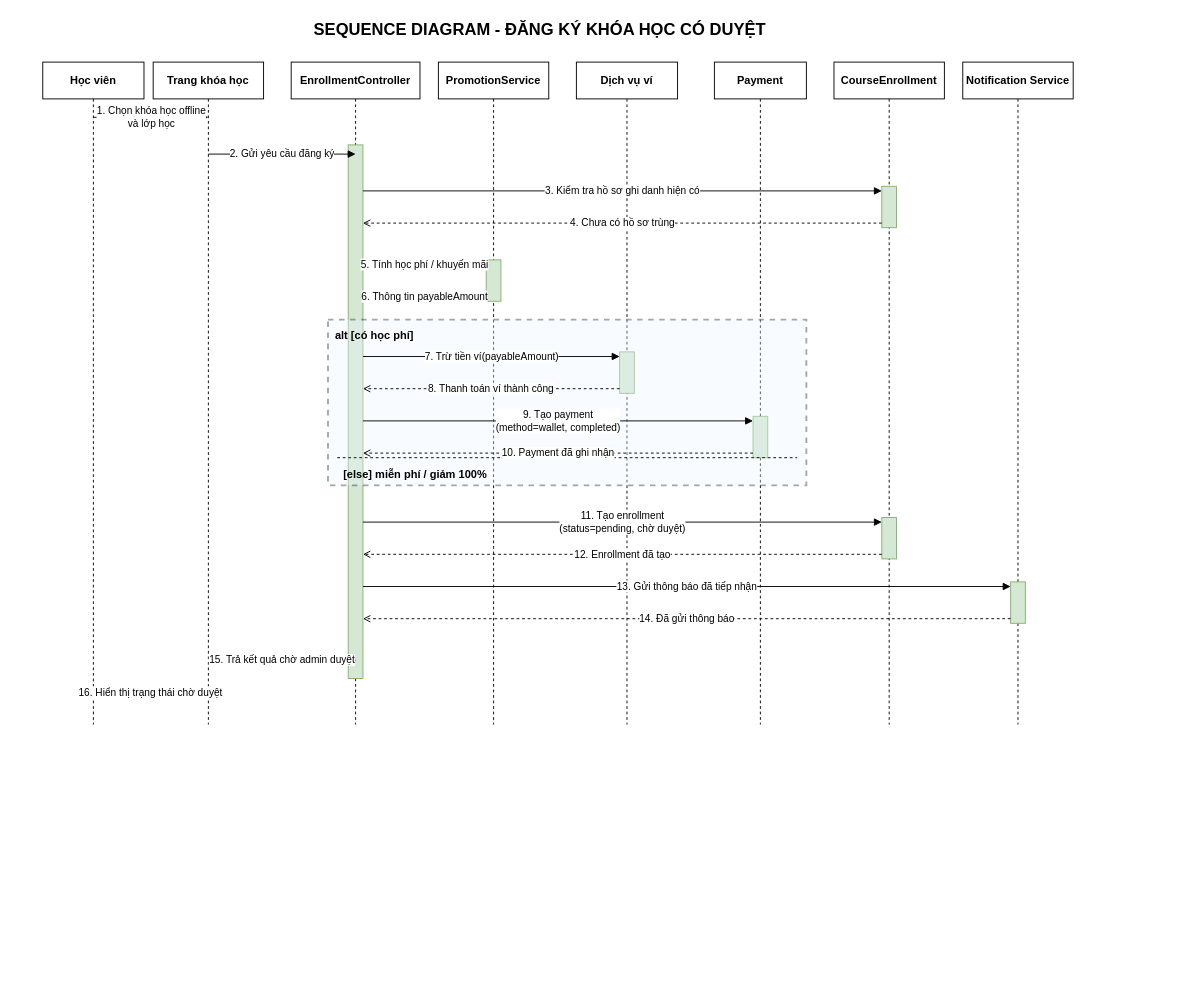
The draw.io diagram docs/uml/pages/07_sequence-enrollment-manual-approval.drawio in DangThanh2204/CongDangKy_KhaiTriEdu_Laravel-, before the edit. Source tidied: cells renumbered, new cells numbered last; positions are measured from the earlier drawing's top-left corner, leaving out a move shared by most shapes. Both pictures are drawn from the tidied source at 92%, with x=0, y=0 at pixel (42, 16).
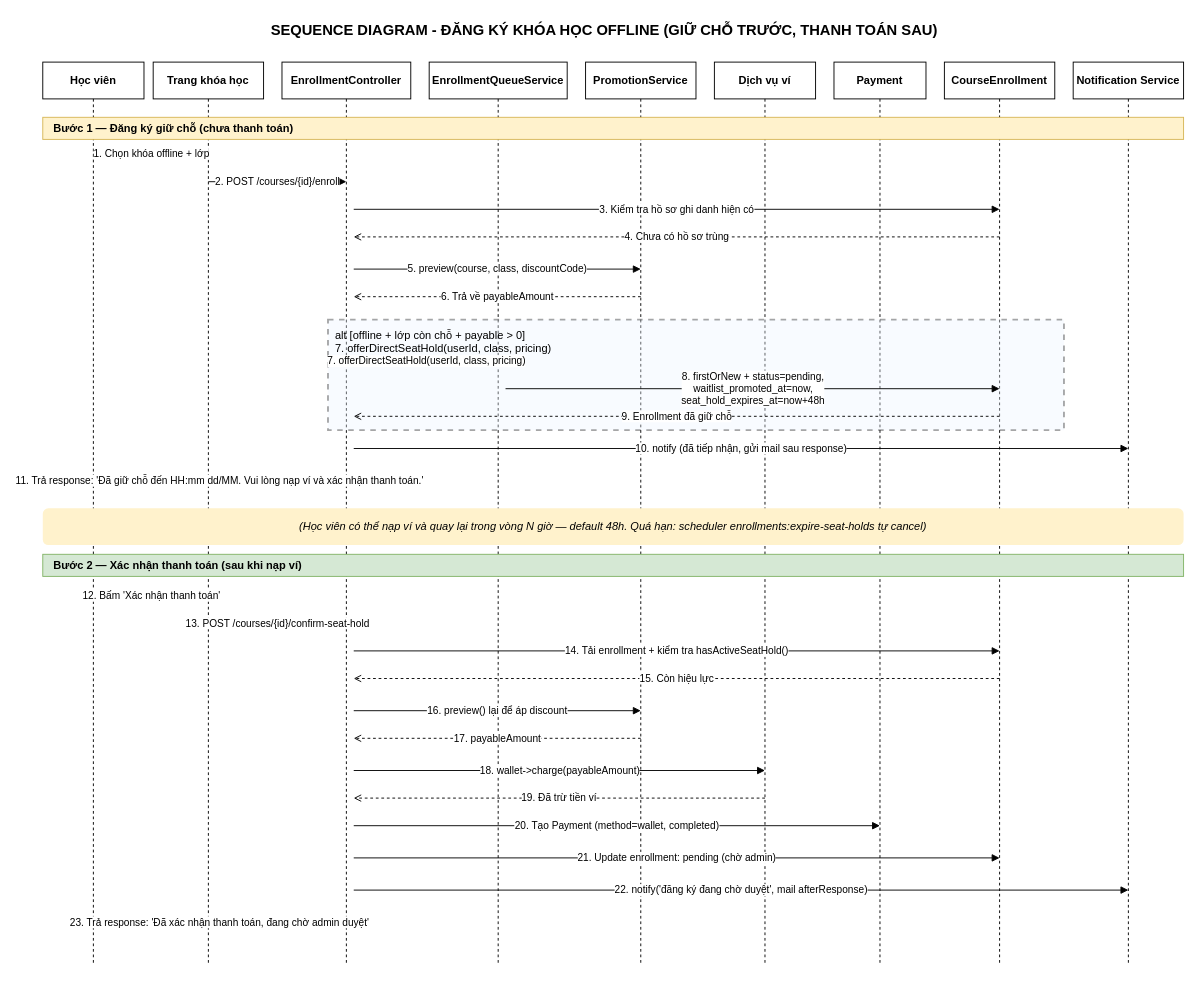
The same diagram, later.

Commit message (it also covers changes not shown here):
docs(uml): cập nhật state/activity/sequence theo flow giữ chỗ trước thanh toán

Diff of the diagram source:
```diff
@@
-    <mxCell id="2" value="SEQUENCE DIAGRAM - ĐĂNG KÝ KHÓA HỌC CÓ DUYỆT" style="text;html=1;strokeColor=none;fillColor=none;align=center;verticalAlign=middle;fontStyle=1;fontSize=18;" parent="1" vertex="1">
-      <mxGeometry x="180" width="720" height="30" as="geometry" />
+    <mxCell id="2" value="SEQUENCE DIAGRAM - ĐĂNG KÝ KHÓA HỌC OFFLINE (GIỮ CHỖ TRƯỚC, THANH TOÁN SAU)" style="text;html=1;strokeColor=none;fillColor=none;align=center;verticalAlign=middle;fontStyle=1;fontSize=16;" parent="1" vertex="1">
+      <mxGeometry x="140" width="940" height="30" as="geometry" />
     </mxCell>
@@
     <mxCell id="5" value="EnrollmentController" style="rounded=0;whiteSpace=wrap;html=1;fontStyle=1;" parent="1" vertex="1">
-      <mxGeometry x="270" y="50" width="140" height="40" as="geometry" />
+      <mxGeometry x="260" y="50" width="140" height="40" as="geometry" />
     </mxCell>
+    <mxCell id="45" value="EnrollmentQueueService" style="rounded=0;whiteSpace=wrap;html=1;fontStyle=1;" parent="1" vertex="1">
+      <mxGeometry x="420" y="50" width="150" height="40" as="geometry" />
+    </mxCell>
     <mxCell id="6" value="PromotionService" style="rounded=0;whiteSpace=wrap;html=1;fontStyle=1;" parent="1" vertex="1">
-      <mxGeometry x="430" y="50" width="120" height="40" as="geometry" />
+      <mxGeometry x="590" y="50" width="120" height="40" as="geometry" />
     </mxCell>
     <mxCell id="7" value="Dịch vụ ví" style="rounded=0;whiteSpace=wrap;html=1;fontStyle=1;" parent="1" vertex="1">
-      <mxGeometry x="580" y="50" width="110" height="40" as="geometry" />
+      <mxGeometry x="730" y="50" width="110" height="40" as="geometry" />
     </mxCell>
     <mxCell id="8" value="Payment" style="rounded=0;whiteSpace=wrap;html=1;fontStyle=1;" parent="1" vertex="1">
-      <mxGeometry x="730" y="50" width="100" height="40" as="geometry" />
+      <mxGeometry x="860" y="50" width="100" height="40" as="geometry" />
     </mxCell>
     <mxCell id="9" value="CourseEnrollment" style="rounded=0;whiteSpace=wrap;html=1;fontStyle=1;" parent="1" vertex="1">
-      <mxGeometry x="860" y="50" width="120" height="40" as="geometry" />
+      <mxGeometry x="980" y="50" width="120" height="40" as="geometry" />
     </mxCell>
     <mxCell id="10" value="Notification Service" style="rounded=0;whiteSpace=wrap;html=1;fontStyle=1;" parent="1" vertex="1">
-      <mxGeometry x="1000" y="50" width="120" height="40" as="geometry" />
+      <mxGeometry x="1120" y="50" width="120" height="40" as="geometry" />
     </mxCell>
     <mxCell id="11" style="dashed=1;endArrow=none;html=1;" parent="1" edge="1">
       <mxGeometry relative="1" as="geometry">
         <mxPoint x="55" y="90" as="sourcePoint" />
-        <mxPoint x="55" y="770" as="targetPoint" />
+        <mxPoint x="55" y="1030" as="targetPoint" />
       </mxGeometry>
     </mxCell>
     <mxCell id="12" style="dashed=1;endArrow=none;html=1;" parent="1" edge="1">
       <mxGeometry relative="1" as="geometry">
         <mxPoint x="180" y="90" as="sourcePoint" />
-        <mxPoint x="180" y="770" as="targetPoint" />
+        <mxPoint x="180" y="1030" as="targetPoint" />
       </mxGeometry>
     </mxCell>
     <mxCell id="13" style="dashed=1;endArrow=none;html=1;" parent="1" edge="1">
       <mxGeometry relative="1" as="geometry">
-        <mxPoint x="340" y="90" as="sourcePoint" />
-        <mxPoint x="340" y="770" as="targetPoint" />
+        <mxPoint x="330" y="90" as="sourcePoint" />
+        <mxPoint x="330" y="1030" as="targetPoint" />
       </mxGeometry>
     </mxCell>
+    <mxCell id="46" style="dashed=1;endArrow=none;html=1;" parent="1" edge="1">
+      <mxGeometry relative="1" as="geometry">
+        <mxPoint x="495" y="90" as="sourcePoint" />
+        <mxPoint x="495" y="1030" as="targetPoint" />
+      </mxGeometry>
+    </mxCell>
     <mxCell id="14" style="dashed=1;endArrow=none;html=1;" parent="1" edge="1">
       <mxGeometry relative="1" as="geometry">
-        <mxPoint x="490" y="90" as="sourcePoint" />
-        <mxPoint x="490" y="770" as="targetPoint" />
+        <mxPoint x="650" y="90" as="sourcePoint" />
+        <mxPoint x="650" y="1030" as="targetPoint" />
       </mxGeometry>
     </mxCell>
     <mxCell id="15" style="dashed=1;endArrow=none;html=1;" parent="1" edge="1">
       <mxGeometry relative="1" as="geometry">
-        <mxPoint x="635" y="90" as="sourcePoint" />
-        <mxPoint x="635" y="770" as="targetPoint" />
+        <mxPoint x="785" y="90" as="sourcePoint" />
+        <mxPoint x="785" y="1030" as="targetPoint" />
       </mxGeometry>
     </mxCell>
     <mxCell id="16" style="dashed=1;endArrow=none;html=1;" parent="1" edge="1">
       <mxGeometry relative="1" as="geometry">
-        <mxPoint x="780" y="90" as="sourcePoint" />
-        <mxPoint x="780" y="770" as="targetPoint" />
+        <mxPoint x="910" y="90" as="sourcePoint" />
+        <mxPoint x="910" y="1030" as="targetPoint" />
       </mxGeometry>
     </mxCell>
     <mxCell id="17" style="dashed=1;endArrow=none;html=1;" parent="1" edge="1">
       <mxGeometry relative="1" as="geometry">
-        <mxPoint x="920" y="90" as="sourcePoint" />
-        <mxPoint x="920" y="770" as="targetPoint" />
+        <mxPoint x="1040" y="90" as="sourcePoint" />
+        <mxPoint x="1040" y="1030" as="targetPoint" />
       </mxGeometry>
     </mxCell>
     <mxCell id="18" style="dashed=1;endArrow=none;html=1;" parent="1" edge="1">
       <mxGeometry relative="1" as="geometry">
-        <mxPoint x="1060" y="90" as="sourcePoint" />
-        <mxPoint x="1060" y="770" as="targetPoint" />
+        <mxPoint x="1180" y="90" as="sourcePoint" />
+        <mxPoint x="1180" y="1030" as="targetPoint" />
       </mxGeometry>
     </mxCell>
-    <mxCell id="19" style="rounded=0;whiteSpace=wrap;html=1;fillColor=#d5e8d4;strokeColor=#82b366;" parent="1" vertex="1">
-      <mxGeometry x="332" y="140" width="16" height="580" as="geometry" />
-    </mxCell>
-    <mxCell id="20" style="rounded=0;whiteSpace=wrap;html=1;fillColor=#d5e8d4;strokeColor=#82b366;" parent="1" vertex="1">
-      <mxGeometry x="912" y="185" width="16" height="45" as="geometry" />
-    </mxCell>
-    <mxCell id="21" style="rounded=0;whiteSpace=wrap;html=1;fillColor=#d5e8d4;strokeColor=#82b366;" parent="1" vertex="1">
-      <mxGeometry x="482" y="265" width="16" height="45" as="geometry" />
-    </mxCell>
-    <mxCell id="22" style="rounded=0;whiteSpace=wrap;html=1;fillColor=#d5e8d4;strokeColor=#82b366;" parent="1" vertex="1">
-      <mxGeometry x="627" y="365" width="16" height="45" as="geometry" />
-    </mxCell>
-    <mxCell id="23" style="rounded=0;whiteSpace=wrap;html=1;fillColor=#d5e8d4;strokeColor=#82b366;" parent="1" vertex="1">
-      <mxGeometry x="772" y="435" width="16" height="45" as="geometry" />
-    </mxCell>
-    <mxCell id="24" style="rounded=0;whiteSpace=wrap;html=1;fillColor=#d5e8d4;strokeColor=#82b366;" parent="1" vertex="1">
-      <mxGeometry x="912" y="545" width="16" height="45" as="geometry" />
-    </mxCell>
-    <mxCell id="25" style="rounded=0;whiteSpace=wrap;html=1;fillColor=#d5e8d4;strokeColor=#82b366;" parent="1" vertex="1">
-      <mxGeometry x="1052" y="615" width="16" height="45" as="geometry" />
-    </mxCell>
+    <mxCell id="47" value="Bước 1 — Đăng ký giữ chỗ (chưa thanh toán)" style="rounded=0;whiteSpace=wrap;html=1;fontStyle=1;fillColor=#fff2cc;strokeColor=#d6b656;align=left;spacingLeft=10;" parent="1" vertex="1">
+      <mxGeometry y="110" width="1240" height="24" as="geometry" />
+    </mxCell>
-    <mxCell id="26" value="1. Chọn khóa học offline&#10;và lớp học" style="edgeStyle=none;rounded=0;html=1;endArrow=block;" parent="1" edge="1">
+    <mxCell id="26" value="1. Chọn khóa offline + lớp" style="edgeStyle=none;rounded=0;html=1;endArrow=block;" parent="1" edge="1">
       <mxGeometry relative="1" as="geometry">
-        <mxPoint x="55" y="110" as="sourcePoint" />
-        <mxPoint x="180" y="110" as="targetPoint" />
+        <mxPoint x="55" y="150" as="sourcePoint" />
+        <mxPoint x="180" y="150" as="targetPoint" />
       </mxGeometry>
     </mxCell>
-    <mxCell id="27" value="2. Gửi yêu cầu đăng ký" style="edgeStyle=none;rounded=0;html=1;endArrow=block;" parent="1" edge="1">
+    <mxCell id="27" value="2. POST /courses/{id}/enroll" style="edgeStyle=none;rounded=0;html=1;endArrow=block;" parent="1" edge="1">
       <mxGeometry relative="1" as="geometry">
-        <mxPoint x="180" y="150" as="sourcePoint" />
-        <mxPoint x="340" y="150" as="targetPoint" />
+        <mxPoint x="180" y="180" as="sourcePoint" />
+        <mxPoint x="330" y="180" as="targetPoint" />
       </mxGeometry>
     </mxCell>
     <mxCell id="28" value="3. Kiểm tra hồ sơ ghi danh hiện có" style="edgeStyle=none;rounded=0;html=1;endArrow=block;" parent="1" edge="1">
       <mxGeometry relative="1" as="geometry">
-        <mxPoint x="348" y="190" as="sourcePoint" />
-        <mxPoint x="912" y="190" as="targetPoint" />
+        <mxPoint x="338" y="210" as="sourcePoint" />
+        <mxPoint x="1040" y="210" as="targetPoint" />
       </mxGeometry>
     </mxCell>
     <mxCell id="29" value="4. Chưa có hồ sơ trùng" style="edgeStyle=none;rounded=0;dashed=1;endArrow=open;endFill=0;html=1;" parent="1" edge="1">
       <mxGeometry relative="1" as="geometry">
-        <mxPoint x="912" y="225" as="sourcePoint" />
-        <mxPoint x="348" y="225" as="targetPoint" />
+        <mxPoint x="1040" y="240" as="sourcePoint" />
+        <mxPoint x="338" y="240" as="targetPoint" />
       </mxGeometry>
     </mxCell>
-    <mxCell id="30" value="5. Tính học phí / khuyến mãi" style="edgeStyle=none;rounded=0;html=1;endArrow=block;" parent="1" edge="1">
+    <mxCell id="30" value="5. preview(course, class, discountCode)" style="edgeStyle=none;rounded=0;html=1;endArrow=block;" parent="1" edge="1">
       <mxGeometry relative="1" as="geometry">
-        <mxPoint x="348" y="270" as="sourcePoint" />
-        <mxPoint x="482" y="270" as="targetPoint" />
+        <mxPoint x="338" y="275" as="sourcePoint" />
+        <mxPoint x="650" y="275" as="targetPoint" />
       </mxGeometry>
     </mxCell>
-    <mxCell id="31" value="6. Thông tin payableAmount" style="edgeStyle=none;rounded=0;dashed=1;endArrow=open;endFill=0;html=1;" parent="1" edge="1">
+    <mxCell id="31" value="6. Trả về payableAmount" style="edgeStyle=none;rounded=0;dashed=1;endArrow=open;endFill=0;html=1;" parent="1" edge="1">
       <mxGeometry relative="1" as="geometry">
-        <mxPoint x="482" y="305" as="sourcePoint" />
-        <mxPoint x="348" y="305" as="targetPoint" />
+        <mxPoint x="650" y="305" as="sourcePoint" />
+        <mxPoint x="338" y="305" as="targetPoint" />
       </mxGeometry>
     </mxCell>
-    <mxCell id="32" value="alt [có học phí]" style="rounded=0;dashed=1;whiteSpace=wrap;html=1;fontStyle=1;align=left;verticalAlign=top;spacingTop=4;spacingLeft=6;fillColor=#EAF3FF;opacity=35;strokeWidth=2;" parent="1" vertex="1">
-      <mxGeometry x="310" y="330" width="520" height="180" as="geometry" />
-    </mxCell>
-    <mxCell id="33" style="dashed=1;endArrow=none;html=1;" parent="1" edge="1">
-      <mxGeometry relative="1" as="geometry">
-        <mxPoint x="320" y="480" as="sourcePoint" />
-        <mxPoint x="820" y="480" as="targetPoint" />
-      </mxGeometry>
-    </mxCell>
-    <mxCell id="34" value="[else] miễn phí / giảm 100%" style="text;html=1;strokeColor=none;fillColor=none;align=left;verticalAlign=top;fontStyle=1;" parent="1" vertex="1">
-      <mxGeometry x="325" y="485" width="230" height="20" as="geometry" />
-    </mxCell>
+    <mxCell id="48" value="alt [offline + lớp còn chỗ + payable &gt; 0]&#10;7. offerDirectSeatHold(userId, class, pricing)" style="rounded=0;dashed=1;whiteSpace=wrap;html=1;fontStyle=0;align=left;verticalAlign=top;spacingTop=4;spacingLeft=6;fillColor=#EAF3FF;opacity=35;strokeWidth=2;" parent="1" vertex="1">
+      <mxGeometry x="310" y="330" width="800" height="120" as="geometry" />
+    </mxCell>
-    <mxCell id="35" value="7. Trừ tiền ví(payableAmount)" style="edgeStyle=none;rounded=0;html=1;endArrow=block;" parent="1" edge="1">
+    <mxCell id="35" value="7. offerDirectSeatHold(userId, class, pricing)" style="edgeStyle=none;rounded=0;html=1;endArrow=block;" parent="1" edge="1">
       <mxGeometry relative="1" as="geometry">
-        <mxPoint x="348" y="370" as="sourcePoint" />
-        <mxPoint x="627" y="370" as="targetPoint" />
+        <mxPoint x="338" y="375" as="sourcePoint" />
+        <mxPoint x="495" y="375" as="targetPoint" />
       </mxGeometry>
     </mxCell>
-    <mxCell id="36" value="8. Thanh toán ví thành công" style="edgeStyle=none;rounded=0;dashed=1;endArrow=open;endFill=0;html=1;" parent="1" edge="1">
+    <mxCell id="36" value="8. firstOrNew + status=pending,&#10;waitlist_promoted_at=now,&#10;seat_hold_expires_at=now+48h" style="edgeStyle=none;rounded=0;html=1;endArrow=block;" parent="1" edge="1">
       <mxGeometry relative="1" as="geometry">
-        <mxPoint x="627" y="405" as="sourcePoint" />
-        <mxPoint x="348" y="405" as="targetPoint" />
+        <mxPoint x="503" y="405" as="sourcePoint" />
+        <mxPoint x="1040" y="405" as="targetPoint" />
       </mxGeometry>
     </mxCell>
-    <mxCell id="37" value="9. Tạo payment&#10;(method=wallet, completed)" style="edgeStyle=none;rounded=0;html=1;endArrow=block;" parent="1" edge="1">
+    <mxCell id="37" value="9. Enrollment đã giữ chỗ" style="edgeStyle=none;rounded=0;dashed=1;endArrow=open;endFill=0;html=1;" parent="1" edge="1">
       <mxGeometry relative="1" as="geometry">
-        <mxPoint x="348" y="440" as="sourcePoint" />
-        <mxPoint x="772" y="440" as="targetPoint" />
+        <mxPoint x="1040" y="435" as="sourcePoint" />
+        <mxPoint x="338" y="435" as="targetPoint" />
       </mxGeometry>
     </mxCell>
-    <mxCell id="38" value="10. Payment đã ghi nhận" style="edgeStyle=none;rounded=0;dashed=1;endArrow=open;endFill=0;html=1;" parent="1" edge="1">
+    <mxCell id="38" value="10. notify (đã tiếp nhận, gửi mail sau response)" style="edgeStyle=none;rounded=0;html=1;endArrow=block;" parent="1" edge="1">
       <mxGeometry relative="1" as="geometry">
-        <mxPoint x="772" y="475" as="sourcePoint" />
-        <mxPoint x="348" y="475" as="targetPoint" />
+        <mxPoint x="338" y="470" as="sourcePoint" />
+        <mxPoint x="1180" y="470" as="targetPoint" />
       </mxGeometry>
     </mxCell>
-    <mxCell id="39" value="11. Tạo enrollment&#10;(status=pending, chờ duyệt)" style="edgeStyle=none;rounded=0;html=1;endArrow=block;" parent="1" edge="1">
+    <mxCell id="39" value="11. Trả response: 'Đã giữ chỗ đến HH:mm dd/MM. Vui lòng nạp ví và xác nhận thanh toán.'" style="edgeStyle=none;rounded=0;dashed=1;endArrow=open;endFill=0;html=1;" parent="1" edge="1">
       <mxGeometry relative="1" as="geometry">
-        <mxPoint x="348" y="550" as="sourcePoint" />
-        <mxPoint x="912" y="550" as="targetPoint" />
+        <mxPoint x="330" y="505" as="sourcePoint" />
+        <mxPoint x="55" y="505" as="targetPoint" />
       </mxGeometry>
     </mxCell>
+    <mxCell id="49" value="(Học viên có thể nạp ví và quay lại trong vòng N giờ — default 48h. Quá hạn: scheduler enrollments:expire-seat-holds tự cancel)" style="text;html=1;strokeColor=none;fillColor=#fff2cc;align=center;verticalAlign=middle;fontStyle=2;whiteSpace=wrap;rounded=1;" parent="1" vertex="1">
+      <mxGeometry y="535" width="1240" height="40" as="geometry" />
+    </mxCell>
+    <mxCell id="50" value="Bước 2 — Xác nhận thanh toán (sau khi nạp ví)" style="rounded=0;whiteSpace=wrap;html=1;fontStyle=1;fillColor=#d5e8d4;strokeColor=#82b366;align=left;spacingLeft=10;" parent="1" vertex="1">
+      <mxGeometry y="585" width="1240" height="24" as="geometry" />
+    </mxCell>
-    <mxCell id="40" value="12. Enrollment đã tạo" style="edgeStyle=none;rounded=0;dashed=1;endArrow=open;endFill=0;html=1;" parent="1" edge="1">
+    <mxCell id="40" value="12. Bấm 'Xác nhận thanh toán'" style="edgeStyle=none;rounded=0;html=1;endArrow=block;" parent="1" edge="1">
       <mxGeometry relative="1" as="geometry">
-        <mxPoint x="912" y="585" as="sourcePoint" />
-        <mxPoint x="348" y="585" as="targetPoint" />
+        <mxPoint x="55" y="630" as="sourcePoint" />
+        <mxPoint x="180" y="630" as="targetPoint" />
       </mxGeometry>
     </mxCell>
-    <mxCell id="41" value="13. Gửi thông báo đã tiếp nhận" style="edgeStyle=none;rounded=0;html=1;endArrow=block;" parent="1" edge="1">
+    <mxCell id="41" value="13. POST /courses/{id}/confirm-seat-hold" style="edgeStyle=none;rounded=0;html=1;endArrow=block;" parent="1" edge="1">
       <mxGeometry relative="1" as="geometry">
-        <mxPoint x="348" y="620" as="sourcePoint" />
-        <mxPoint x="1052" y="620" as="targetPoint" />
+        <mxPoint x="180" y="660" as="sourcePoint" />
+        <mxPoint x="330" y="660" as="targetPoint" />
       </mxGeometry>
     </mxCell>
-    <mxCell id="42" value="14. Đã gửi thông báo" style="edgeStyle=none;rounded=0;dashed=1;endArrow=open;endFill=0;html=1;" parent="1" edge="1">
+    <mxCell id="42" value="14. Tải enrollment + kiểm tra hasActiveSeatHold()" style="edgeStyle=none;rounded=0;html=1;endArrow=block;" parent="1" edge="1">
       <mxGeometry relative="1" as="geometry">
-        <mxPoint x="1052" y="655" as="sourcePoint" />
-        <mxPoint x="348" y="655" as="targetPoint" />
+        <mxPoint x="338" y="690" as="sourcePoint" />
+        <mxPoint x="1040" y="690" as="targetPoint" />
       </mxGeometry>
     </mxCell>
-    <mxCell id="43" value="15. Trả kết quả chờ admin duyệt" style="edgeStyle=none;rounded=0;dashed=1;endArrow=open;endFill=0;html=1;" parent="1" edge="1">
+    <mxCell id="43" value="15. Còn hiệu lực" style="edgeStyle=none;rounded=0;dashed=1;endArrow=open;endFill=0;html=1;" parent="1" edge="1">
       <mxGeometry relative="1" as="geometry">
-        <mxPoint x="340" y="700" as="sourcePoint" />
-        <mxPoint x="180" y="700" as="targetPoint" />
+        <mxPoint x="1040" y="720" as="sourcePoint" />
+        <mxPoint x="338" y="720" as="targetPoint" />
       </mxGeometry>
     </mxCell>
-    <mxCell id="44" value="16. Hiển thị trạng thái chờ duyệt" style="edgeStyle=none;rounded=0;dashed=1;endArrow=open;endFill=0;html=1;" parent="1" edge="1">
+    <mxCell id="44" value="16. preview() lại để áp discount" style="edgeStyle=none;rounded=0;html=1;endArrow=block;" parent="1" edge="1">
       <mxGeometry relative="1" as="geometry">
-        <mxPoint x="180" y="735" as="sourcePoint" />
-        <mxPoint x="55" y="735" as="targetPoint" />
+        <mxPoint x="338" y="755" as="sourcePoint" />
+        <mxPoint x="650" y="755" as="targetPoint" />
       </mxGeometry>
     </mxCell>
+    <mxCell id="51" value="17. payableAmount" style="edgeStyle=none;rounded=0;dashed=1;endArrow=open;endFill=0;html=1;" parent="1" edge="1">
+      <mxGeometry relative="1" as="geometry">
+        <mxPoint x="650" y="785" as="sourcePoint" />
+        <mxPoint x="338" y="785" as="targetPoint" />
+      </mxGeometry>
+    </mxCell>
+    <mxCell id="52" value="18. wallet-&gt;charge(payableAmount)" style="edgeStyle=none;rounded=0;html=1;endArrow=block;" parent="1" edge="1">
+      <mxGeometry relative="1" as="geometry">
+        <mxPoint x="338" y="820" as="sourcePoint" />
+        <mxPoint x="785" y="820" as="targetPoint" />
+      </mxGeometry>
+    </mxCell>
+    <mxCell id="32" value="19. Đã trừ tiền ví" style="edgeStyle=none;rounded=0;dashed=1;endArrow=open;endFill=0;html=1;" parent="1" edge="1">
+      <mxGeometry relative="1" as="geometry">
+        <mxPoint x="785" y="850" as="sourcePoint" />
+        <mxPoint x="338" y="850" as="targetPoint" />
+      </mxGeometry>
+    </mxCell>
+    <mxCell id="33" value="20. Tạo Payment (method=wallet, completed)" style="edgeStyle=none;rounded=0;html=1;endArrow=block;" parent="1" edge="1">
+      <mxGeometry relative="1" as="geometry">
+        <mxPoint x="338" y="880" as="sourcePoint" />
+        <mxPoint x="910" y="880" as="targetPoint" />
+      </mxGeometry>
+    </mxCell>
+    <mxCell id="34" value="21. Update enrollment: pending (chờ admin)" style="edgeStyle=none;rounded=0;html=1;endArrow=block;" parent="1" edge="1">
+      <mxGeometry relative="1" as="geometry">
+        <mxPoint x="338" y="915" as="sourcePoint" />
+        <mxPoint x="1040" y="915" as="targetPoint" />
+      </mxGeometry>
+    </mxCell>
+    <mxCell id="53" value="22. notify('đăng ký đang chờ duyệt', mail afterResponse)" style="edgeStyle=none;rounded=0;html=1;endArrow=block;" parent="1" edge="1">
+      <mxGeometry relative="1" as="geometry">
+        <mxPoint x="338" y="950" as="sourcePoint" />
+        <mxPoint x="1180" y="950" as="targetPoint" />
+      </mxGeometry>
+    </mxCell>
+    <mxCell id="54" value="23. Trả response: 'Đã xác nhận thanh toán, đang chờ admin duyệt'" style="edgeStyle=none;rounded=0;dashed=1;endArrow=open;endFill=0;html=1;" parent="1" edge="1">
+      <mxGeometry relative="1" as="geometry">
+        <mxPoint x="330" y="985" as="sourcePoint" />
+        <mxPoint x="55" y="985" as="targetPoint" />
+      </mxGeometry>
+    </mxCell>
```
